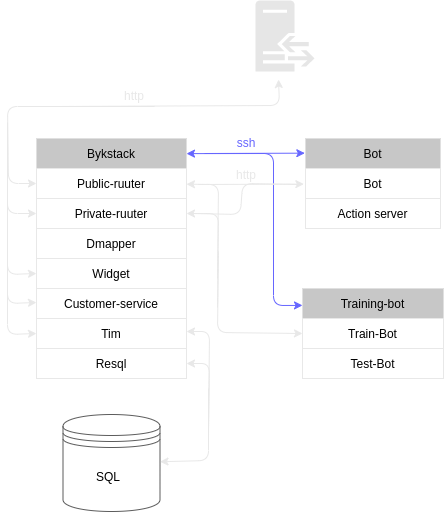
Before: images/overview.dark.editable.png, a diagram exported from draw.io (buerokratt/Installation-Guides). Source tidied: cells renumbered, new cells last; positions are measured from the earlier drawing's top-left corner, leaving out a move shared by most shapes.
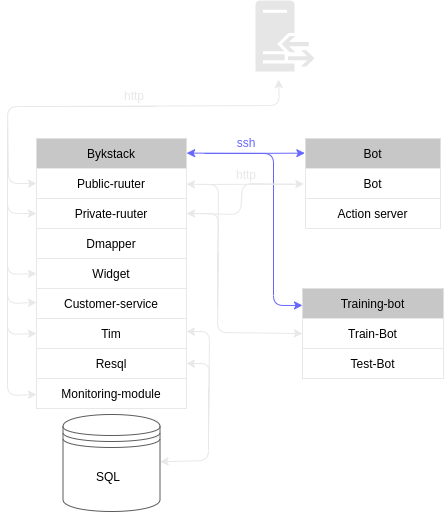
The same file after the commit.

Commit message:
Monitoring module setup description

Diff of the diagram source:
```diff
@@ -9,7 +9,7 @@
       <mxGeometry x="248" width="59" height="71" as="geometry" />
     </mxCell>
     <mxCell id="4" value="Bykstack" style="swimlane;fontStyle=0;horizontal=1;startSize=30;fillColor=#C7C7C7;strokeColor=#E0E0E0;" parent="1" vertex="1">
-      <mxGeometry x="29" y="138" width="150" height="240" as="geometry" />
+      <mxGeometry x="29" y="138" width="150" height="270" as="geometry" />
     </mxCell>
     <mxCell id="5" value="Public-ruuter" style="text;strokeColor=#E8E8E8;fillColor=default;align=center;verticalAlign=middle;spacingLeft=4;spacingRight=4;overflow=hidden;points=[[0,0.5],[1,0.5]];portConstraint=eastwest;" parent="4" vertex="1">
       <mxGeometry y="30" width="150" height="30" as="geometry" />
@@ -32,6 +32,9 @@
     <mxCell id="11" value="Resql" style="text;strokeColor=#E8E8E8;fillColor=default;align=center;verticalAlign=middle;spacingLeft=4;spacingRight=4;overflow=hidden;points=[[0,0.5],[1,0.5]];portConstraint=eastwest;" parent="4" vertex="1">
       <mxGeometry y="210" width="150" height="30" as="geometry" />
     </mxCell>
+    <mxCell id="38" value="Monitoring-module" style="text;strokeColor=#E8E8E8;fillColor=default;align=center;verticalAlign=middle;spacingLeft=4;spacingRight=4;overflow=hidden;" parent="4" vertex="1">
+      <mxGeometry y="240" width="150" height="30" as="geometry" />
+    </mxCell>
     <mxCell id="12" value="Bot" style="swimlane;fontStyle=0;horizontal=1;startSize=30;fillColor=#C7C7C7;strokeColor=#E0E0E0;" parent="1" vertex="1">
       <mxGeometry x="298" y="138" width="135" height="90" as="geometry" />
     </mxCell>
@@ -102,7 +105,7 @@
         </Array>
       </mxGeometry>
     </mxCell>
-    <mxCell id="24" style="endArrow=classic;startArrow=classic;html=1;rounded=1;entryX=0;entryY=0.188;entryDx=0;entryDy=0;entryPerimeter=0;exitX=1;exitY=0.063;exitDx=0;exitDy=0;exitPerimeter=0;strokeColor=#6666FF;" parent="1" edge="1" source="4" target="15">
+    <mxCell id="24" style="endArrow=classic;startArrow=classic;html=1;rounded=1;entryX=0;entryY=0.188;entryDx=0;entryDy=0;entryPerimeter=0;exitX=1.001;exitY=0.054;exitDx=0;exitDy=0;exitPerimeter=0;strokeColor=#6666FF;" parent="1" edge="1" source="4" target="15">
       <mxGeometry relative="1" as="geometry">
         <Array as="points">
           <mxPoint x="266" y="153" />
@@ -191,5 +194,14 @@
     <mxCell id="37" value="http" style="text;html=1;strokeColor=none;fillColor=none;align=center;verticalAlign=middle;whiteSpace=wrap;rounded=0;fontColor=#E8E8E8;" parent="1" vertex="1">
       <mxGeometry x="209" y="160" width="60" height="30" as="geometry" />
     </mxCell>
+    <mxCell id="39" style="endArrow=classic;html=1;rounded=1;entryX=0;entryY=0.5;entryDx=0;entryDy=0;strokeColor=#E8E8E8;" parent="1" edge="1">
+      <mxGeometry relative="1" as="geometry">
+        <mxPoint y="243" as="sourcePoint" />
+        <mxPoint x="29" y="394" as="targetPoint" />
+        <Array as="points">
+          <mxPoint y="395" />
+        </Array>
+      </mxGeometry>
+    </mxCell>
   </root>
 </mxGraphModel>
```
